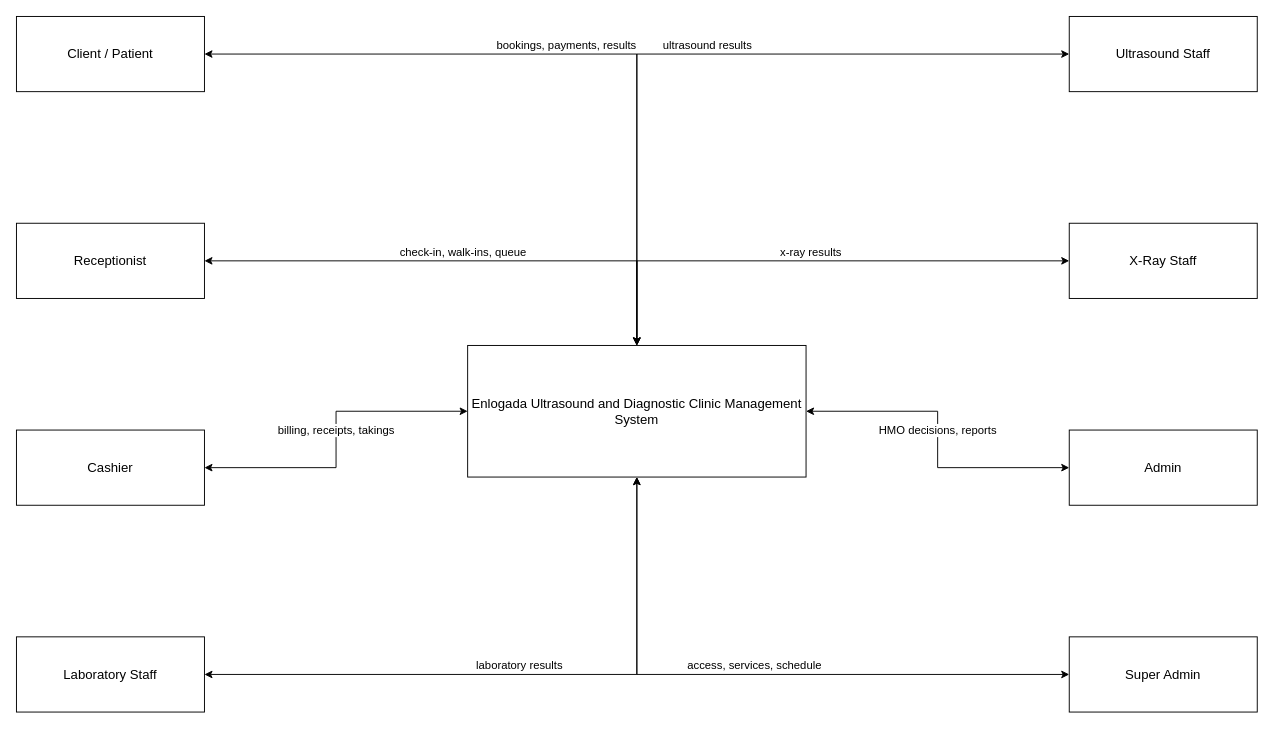
Above: page "Context" (1 of 9) of docs/diagrams/dfd-level0.drawio in Diazzzz-cpu/Enlogada-Clinic-Management-System (draw.io), before the change. Source tidied: cells renumbered, new cells numbered last; positions are measured from the earlier drawing's top-left corner, leaving out a move shared by most shapes. Both pictures are drawn from the tidied source at 94%, with x=0, y=0 at pixel (16, 16).
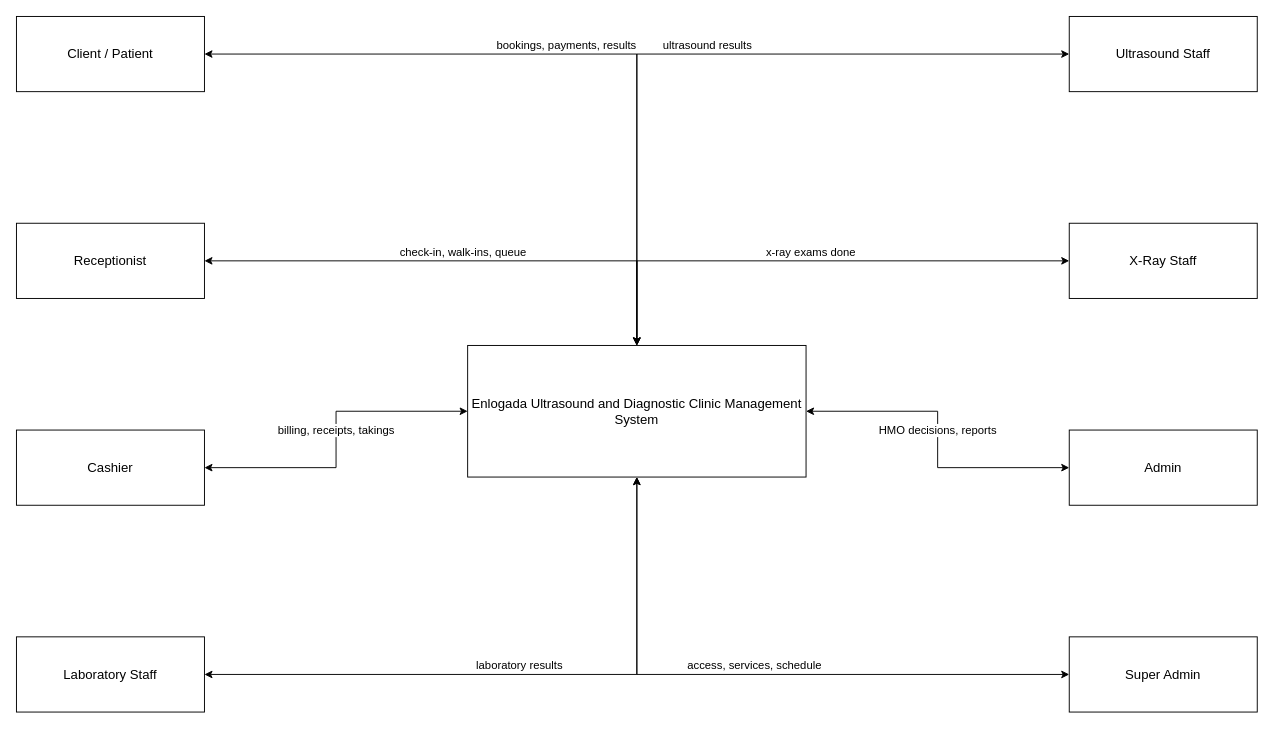
The same diagram, later.

Diff of the diagram source:
```diff
@@
 <mxGraphModel>
   <root>
     <mxCell id="0" />
     <mxCell id="1" parent="0" />
     <mxCell id="2" value="Enlogada Ultrasound and Diagnostic Clinic Management System" style="rounded=0;whiteSpace=wrap;html=1;verticalAlign=middle;fontFamily=Helvetica;fontSize=14;fontColor=#000000;strokeColor=#000000;" parent="1" vertex="1">
       <mxGeometry x="480" y="350" width="360" height="140" as="geometry" />
     </mxCell>
     <mxCell id="3" value="Client / Patient" style="rounded=0;whiteSpace=wrap;html=1;fontFamily=Helvetica;fontSize=14;fontColor=#000000;strokeColor=#000000;" parent="1" vertex="1">
       <mxGeometry width="200" height="80" as="geometry" />
     </mxCell>
     <mxCell id="4" value="bookings, payments, results" style="edgeStyle=orthogonalEdgeStyle;rounded=0;html=1;verticalAlign=bottom;fontFamily=Helvetica;fontSize=12;fontColor=#000000;strokeColor=#000000;startArrow=classic;startFill=1;" parent="1" edge="1" source="3" target="2">
       <mxGeometry relative="1" as="geometry" />
     </mxCell>
     <mxCell id="5" value="Receptionist" style="rounded=0;whiteSpace=wrap;html=1;fontFamily=Helvetica;fontSize=14;fontColor=#000000;strokeColor=#000000;" parent="1" vertex="1">
       <mxGeometry y="220" width="200" height="80" as="geometry" />
     </mxCell>
     <mxCell id="6" value="check-in, walk-ins, queue" style="edgeStyle=orthogonalEdgeStyle;rounded=0;html=1;verticalAlign=bottom;fontFamily=Helvetica;fontSize=12;fontColor=#000000;strokeColor=#000000;startArrow=classic;startFill=1;" parent="1" edge="1" source="5" target="2">
       <mxGeometry relative="1" as="geometry" />
     </mxCell>
     <mxCell id="7" value="Cashier" style="rounded=0;whiteSpace=wrap;html=1;fontFamily=Helvetica;fontSize=14;fontColor=#000000;strokeColor=#000000;" parent="1" vertex="1">
       <mxGeometry y="440" width="200" height="80" as="geometry" />
     </mxCell>
     <mxCell id="8" value="billing, receipts, takings" style="edgeStyle=orthogonalEdgeStyle;rounded=0;html=1;verticalAlign=bottom;fontFamily=Helvetica;fontSize=12;fontColor=#000000;strokeColor=#000000;startArrow=classic;startFill=1;" parent="1" edge="1" source="7" target="2">
       <mxGeometry relative="1" as="geometry" />
     </mxCell>
     <mxCell id="9" value="Laboratory Staff" style="rounded=0;whiteSpace=wrap;html=1;fontFamily=Helvetica;fontSize=14;fontColor=#000000;strokeColor=#000000;" parent="1" vertex="1">
       <mxGeometry y="660" width="200" height="80" as="geometry" />
     </mxCell>
     <mxCell id="10" value="laboratory results" style="edgeStyle=orthogonalEdgeStyle;rounded=0;html=1;verticalAlign=bottom;fontFamily=Helvetica;fontSize=12;fontColor=#000000;strokeColor=#000000;startArrow=classic;startFill=1;" parent="1" edge="1" source="9" target="2">
       <mxGeometry relative="1" as="geometry" />
     </mxCell>
     <mxCell id="11" value="Ultrasound Staff" style="rounded=0;whiteSpace=wrap;html=1;fontFamily=Helvetica;fontSize=14;fontColor=#000000;strokeColor=#000000;" parent="1" vertex="1">
       <mxGeometry x="1120" width="200" height="80" as="geometry" />
     </mxCell>
     <mxCell id="12" value="ultrasound results" style="edgeStyle=orthogonalEdgeStyle;rounded=0;html=1;verticalAlign=bottom;fontFamily=Helvetica;fontSize=12;fontColor=#000000;strokeColor=#000000;startArrow=classic;startFill=1;" parent="1" edge="1" source="11" target="2">
       <mxGeometry relative="1" as="geometry" />
     </mxCell>
     <mxCell id="13" value="X-Ray Staff" style="rounded=0;whiteSpace=wrap;html=1;fontFamily=Helvetica;fontSize=14;fontColor=#000000;strokeColor=#000000;" parent="1" vertex="1">
       <mxGeometry x="1120" y="220" width="200" height="80" as="geometry" />
     </mxCell>
-    <mxCell id="14" value="x-ray results" style="edgeStyle=orthogonalEdgeStyle;rounded=0;html=1;verticalAlign=bottom;fontFamily=Helvetica;fontSize=12;fontColor=#000000;strokeColor=#000000;startArrow=classic;startFill=1;" parent="1" edge="1" source="13" target="2">
+    <mxCell id="14" value="x-ray exams done" style="edgeStyle=orthogonalEdgeStyle;rounded=0;html=1;verticalAlign=bottom;fontFamily=Helvetica;fontSize=12;fontColor=#000000;strokeColor=#000000;startArrow=classic;startFill=1;" parent="1" edge="1" source="13" target="2">
       <mxGeometry relative="1" as="geometry" />
     </mxCell>
     <mxCell id="15" value="Admin" style="rounded=0;whiteSpace=wrap;html=1;fontFamily=Helvetica;fontSize=14;fontColor=#000000;strokeColor=#000000;" parent="1" vertex="1">
       <mxGeometry x="1120" y="440" width="200" height="80" as="geometry" />
     </mxCell>
     <mxCell id="16" value="HMO decisions, reports" style="edgeStyle=orthogonalEdgeStyle;rounded=0;html=1;verticalAlign=bottom;fontFamily=Helvetica;fontSize=12;fontColor=#000000;strokeColor=#000000;startArrow=classic;startFill=1;" parent="1" edge="1" source="15" target="2">
       <mxGeometry relative="1" as="geometry" />
     </mxCell>
     <mxCell id="17" value="Super Admin" style="rounded=0;whiteSpace=wrap;html=1;fontFamily=Helvetica;fontSize=14;fontColor=#000000;strokeColor=#000000;" parent="1" vertex="1">
       <mxGeometry x="1120" y="660" width="200" height="80" as="geometry" />
     </mxCell>
     <mxCell id="18" value="access, services, schedule" style="edgeStyle=orthogonalEdgeStyle;rounded=0;html=1;verticalAlign=bottom;fontFamily=Helvetica;fontSize=12;fontColor=#000000;strokeColor=#000000;startArrow=classic;startFill=1;" parent="1" edge="1" source="17" target="2">
       <mxGeometry relative="1" as="geometry" />
     </mxCell>
   </root>
 </mxGraphModel>
```
